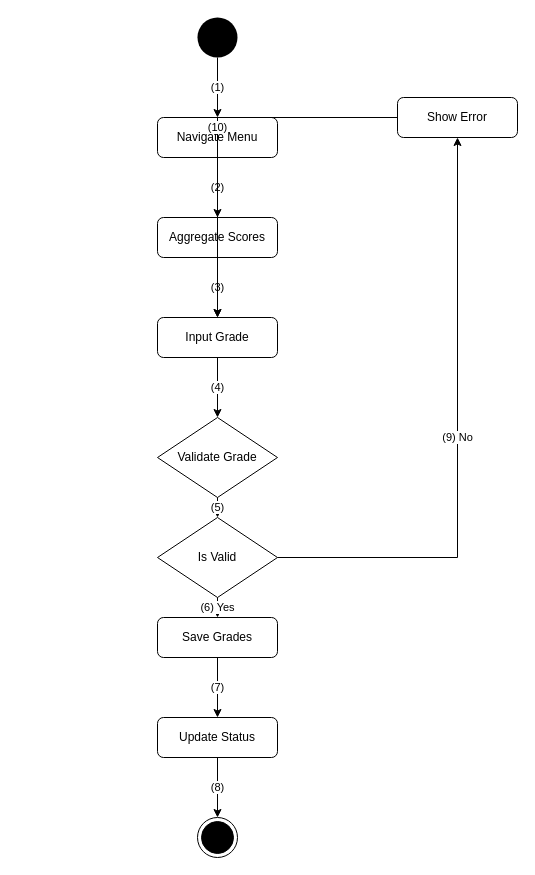
kingDlight/UEIMS_Project keeps this draw.io diagram as activity_flow/uc33_activity_flow.drawio. Above is the earlier version. Source tidied: cells renumbered, new cells numbered last; positions are measured from the earlier drawing's top-left corner, leaving out a move shared by most shapes. Both pictures are drawn from the tidied source at 100%, with x=0, y=0 at pixel (157, 17).
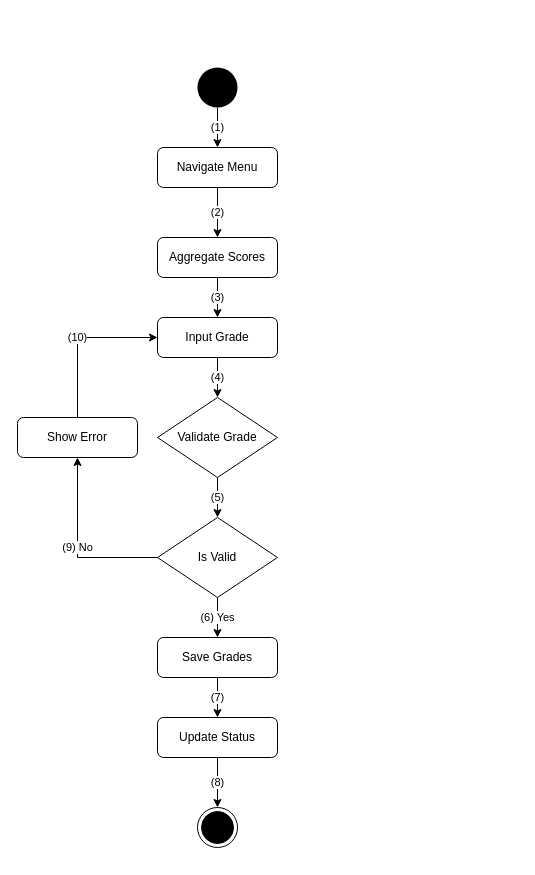
Above is the later version.

The change refers to these unchanged cells:
```xml
<mxCell id="5" value="Input Grade" style="rounded=1;whiteSpace=wrap;html=1;" parent="1" vertex="1">
  <mxGeometry y="300" width="120" height="40" as="geometry" />
</mxCell>
<mxCell id="7" value="Is Valid" style="rhombus;whiteSpace=wrap;html=1;" parent="1" vertex="1">
  <mxGeometry y="500" width="120" height="80" as="geometry" />
</mxCell>
```

The edit, as a diff of the source:
```diff
@@
     <mxCell id="2" style="ellipse;whiteSpace=wrap;html=1;fillColor=#000000;strokeColor=none;" parent="1" vertex="1">
-      <mxGeometry x="40" width="40" height="40" as="geometry" />
+      <mxGeometry x="40" y="50" width="40" height="40" as="geometry" />
     </mxCell>
     <mxCell id="3" value="Navigate Menu" style="rounded=1;whiteSpace=wrap;html=1;" parent="1" vertex="1">
-      <mxGeometry y="100" width="120" height="40" as="geometry" />
+      <mxGeometry y="130" width="120" height="40" as="geometry" />
     </mxCell>
     <mxCell id="4" value="Aggregate Scores" style="rounded=1;whiteSpace=wrap;html=1;" parent="1" vertex="1">
-      <mxGeometry y="200" width="120" height="40" as="geometry" />
+      <mxGeometry y="220" width="120" height="40" as="geometry" />
     </mxCell>
@@
     <mxCell id="6" value="Validate Grade" style="rhombus;whiteSpace=wrap;html=1;" parent="1" vertex="1">
-      <mxGeometry y="400" width="120" height="80" as="geometry" />
+      <mxGeometry y="380" width="120" height="80" as="geometry" />
     </mxCell>
@@
     <mxCell id="8" value="Save Grades" style="rounded=1;whiteSpace=wrap;html=1;" parent="1" vertex="1">
-      <mxGeometry y="600" width="120" height="40" as="geometry" />
+      <mxGeometry y="620" width="120" height="40" as="geometry" />
     </mxCell>
@@
     <mxCell id="10" style="ellipse;html=1;shape=endState;fillColor=#000000;strokeColor=#000000;" parent="1" vertex="1">
-      <mxGeometry x="40" y="800" width="40" height="40" as="geometry" />
+      <mxGeometry x="40" y="790" width="40" height="40" as="geometry" />
     </mxCell>
     <mxCell id="11" value="Show Error" style="rounded=1;whiteSpace=wrap;html=1;" parent="1" vertex="1">
-      <mxGeometry x="240" y="80" width="120" height="40" as="geometry" />
+      <mxGeometry x="-140" y="400" width="120" height="40" as="geometry" />
     </mxCell>
@@
-    <mxCell id="20" value="(9) No" style="edgeStyle=orthogonalEdgeStyle;rounded=0;html=1;exitX=1;exitY=0.5;entryX=0.5;entryY=1;" parent="1" edge="1" source="7" target="11">
+    <mxCell id="20" value="(9) No" style="edgeStyle=orthogonalEdgeStyle;rounded=0;html=1;exitX=0;exitY=0.5;entryX=0.5;entryY=1;exitDx=0;exitDy=0;" parent="1" edge="1" source="7" target="11">
       <mxGeometry relative="1" as="geometry" />
     </mxCell>
-    <mxCell id="21" value="(10)" style="edgeStyle=orthogonalEdgeStyle;rounded=0;html=1;exitX=0;exitY=0.5;entryX=0.5;entryY=0;" parent="1" edge="1" source="11" target="5">
+    <mxCell id="21" value="(10)" style="edgeStyle=orthogonalEdgeStyle;rounded=0;html=1;exitX=0.5;exitY=0;entryX=0;entryY=0.5;exitDx=0;exitDy=0;entryDx=0;entryDy=0;" parent="1" edge="1" source="11" target="5">
       <mxGeometry relative="1" as="geometry" />
     </mxCell>
```
